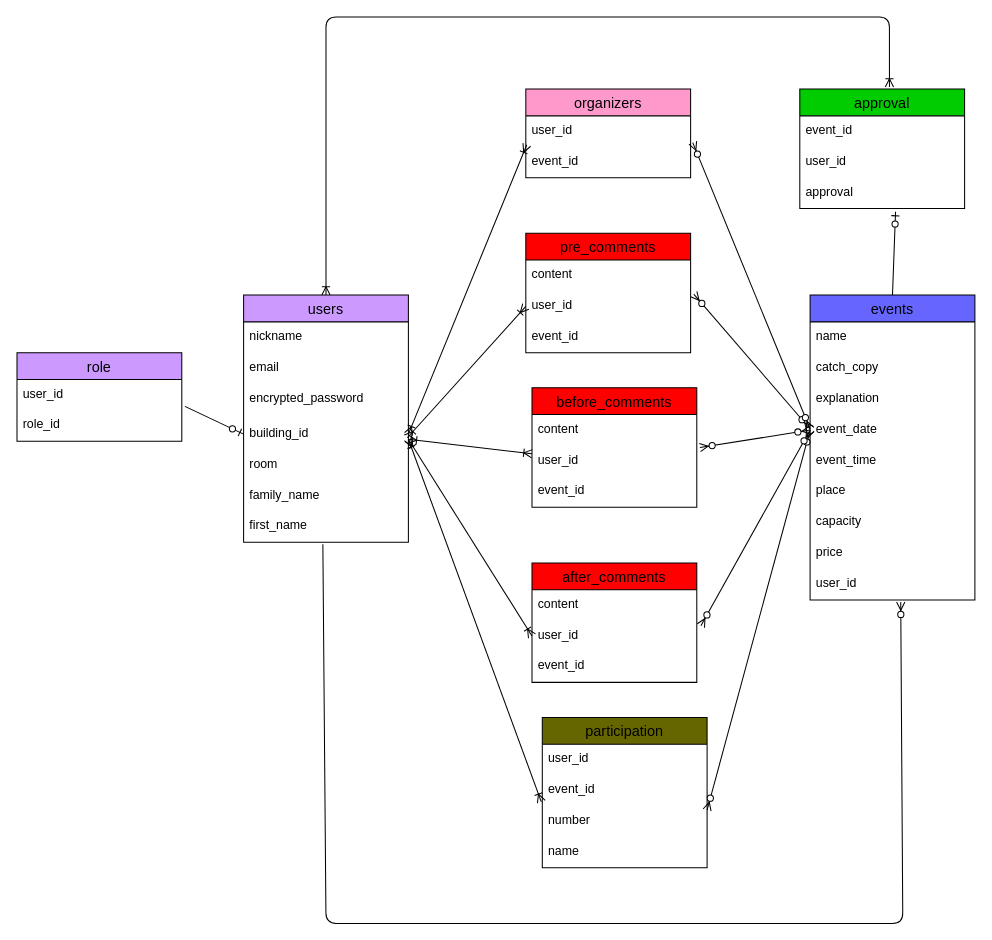
nickAJ286/crestprimejitikai keeps this draw.io diagram as ER.dio. Above is the earlier version. Source tidied: cells renumbered, new cells numbered last; positions are measured from the earlier drawing's top-left corner, leaving out a move shared by most shapes. Both pictures are drawn from the tidied source at 103%, with x=0, y=0 at pixel (16, 16).
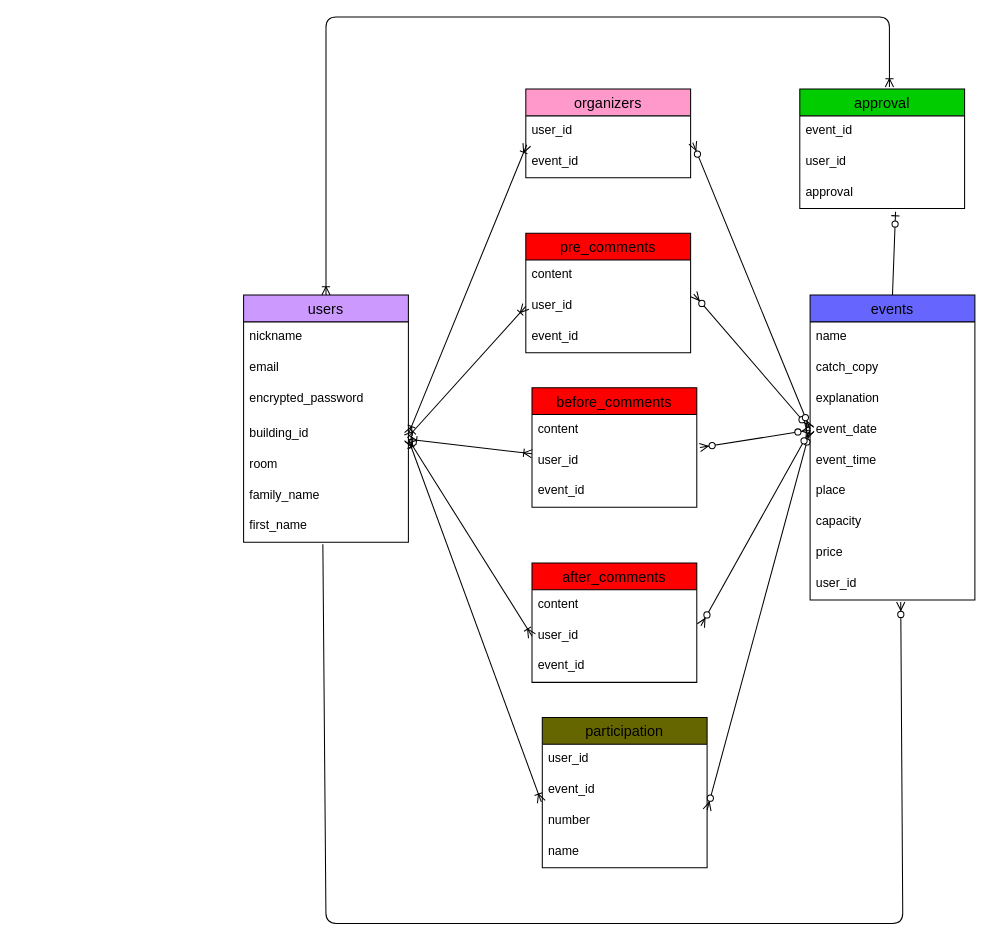
Above is the later version.

Unchanged cells that the change refers to:
```xml
<mxCell id="6" value="building_id" style="text;strokeColor=none;fillColor=none;spacingLeft=4;spacingRight=4;overflow=hidden;points=[[0,0.5],[1,0.5]];portConstraint=eastwest;fontSize=12;" parent="2" vertex="1">
  <mxGeometry y="120" width="160" height="30" as="geometry" />
</mxCell>
```

Diff of the diagram source:
```diff
@@
-    <mxCell id="57" value="role" style="swimlane;fontStyle=0;horizontal=1;startSize=26;align=center;fontSize=14;fillColor=#CC99FF;" parent="1" vertex="1">
-      <mxGeometry y="326" width="160" height="86" as="geometry" />
-    </mxCell>
-    <mxCell id="58" value="user_id" style="text;strokeColor=none;fillColor=none;spacingLeft=4;spacingRight=4;overflow=hidden;points=[[0,0.5],[1,0.5]];portConstraint=eastwest;fontSize=12;" parent="57" vertex="1">
-      <mxGeometry y="26" width="160" height="30" as="geometry" />
-    </mxCell>
-    <mxCell id="59" value="role_id" style="text;strokeColor=none;fillColor=none;spacingLeft=4;spacingRight=4;overflow=hidden;fontSize=12;" parent="57" vertex="1">
-      <mxGeometry y="56" width="160" height="30" as="geometry" />
-    </mxCell>
-    <mxCell id="60" style="fontSize=12;html=1;endArrow=ERzeroToOne;endFill=1;entryX=0;entryY=0.5;entryDx=0;entryDy=0;exitX=1.019;exitY=0.867;exitDx=0;exitDy=0;exitPerimeter=0;" parent="1" edge="1" source="58" target="6">
-      <mxGeometry relative="1" as="geometry" />
-    </mxCell>
```
